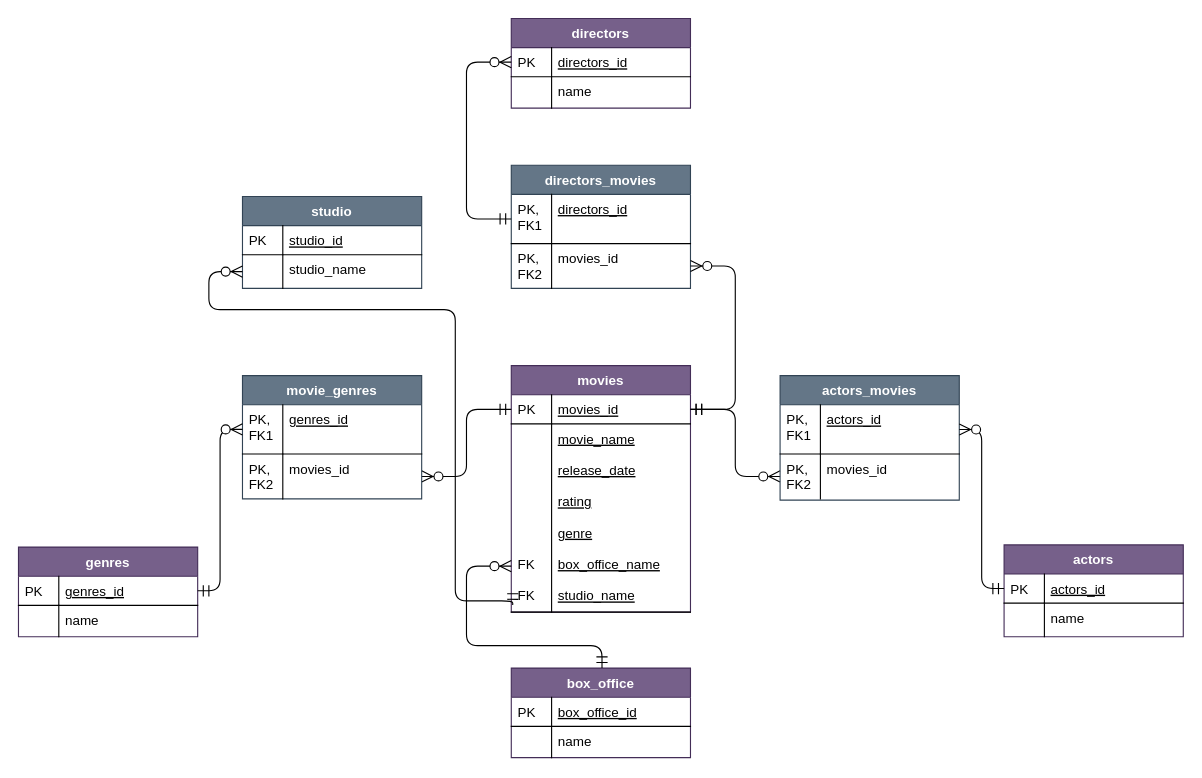
Above: Untitled Diagram.drawio in Vytautasragaisis07/db_diagram (draw.io), before the change. Source tidied: cells renumbered, new cells numbered last; positions are measured from the earlier drawing's top-left corner, leaving out a move shared by most shapes. Both pictures are drawn from the tidied source at 112%, with x=0, y=0 at pixel (18, 18).
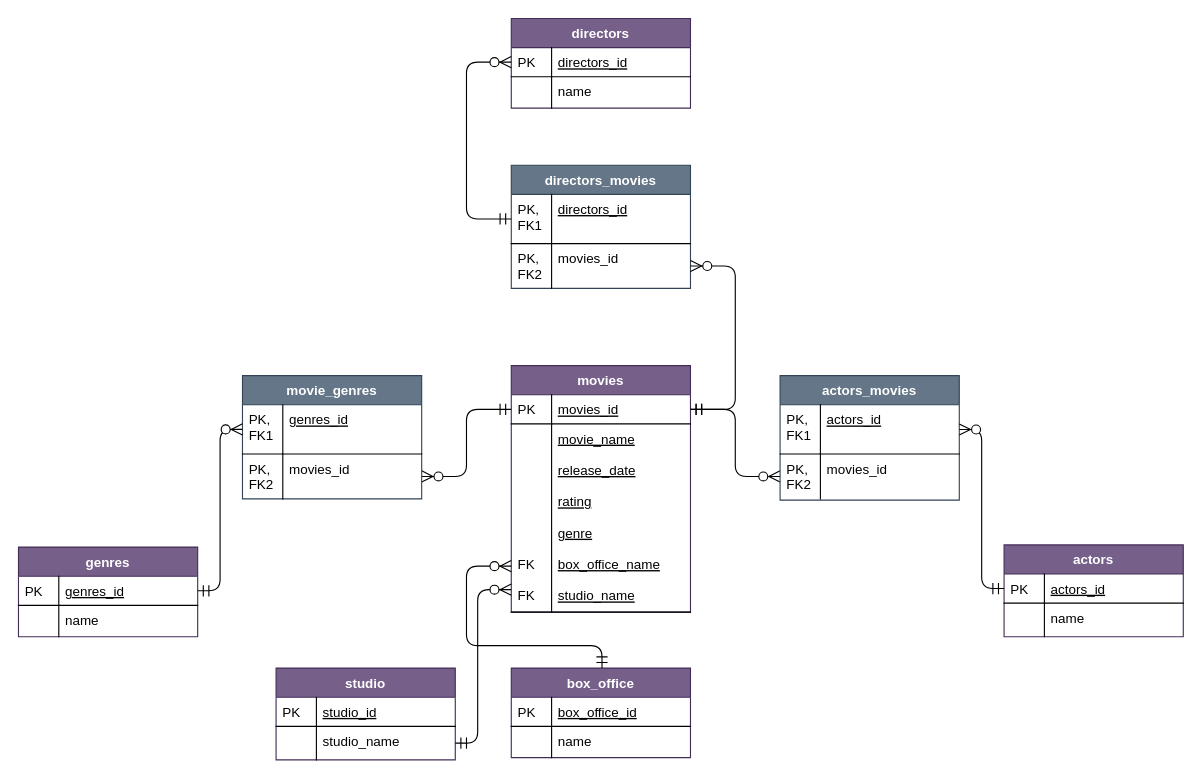
The same page after the edit.

Unchanged cells that the change refers to:
```xml
<mxCell id="5" value="movie_name&#10;&#10;release_date&#10;&#10;rating&#10;&#10;genre&#10;&#10;box_office_name&#10;&#10;studio_name" style="shape=partialRectangle;top=0;left=0;right=0;bottom=1;align=left;verticalAlign=top;fillColor=none;spacingLeft=40;spacingRight=4;overflow=hidden;points=[[0,0.5],[1,0.5]];portConstraint=eastwest;rounded=0;shadow=0;strokeWidth=1;fontStyle=4;" parent="2" vertex="1">
  <mxGeometry y="52" width="160" height="168" as="geometry" />
</mxCell>
<mxCell id="25" value="studio_name" style="shape=partialRectangle;top=0;left=0;right=0;bottom=0;align=left;verticalAlign=top;fillColor=none;spacingLeft=40;spacingRight=4;overflow=hidden;points=[[0,0.5],[1,0.5]];portConstraint=eastwest;rounded=0;shadow=0;strokeWidth=1;" parent="22" vertex="1">
  <mxGeometry y="52" width="160" height="30" as="geometry" />
</mxCell>
```

Change to the diagram source:
```diff
@@
-    <mxCell id="22" value="studio" style="swimlane;fontStyle=1;horizontal=1;startSize=26;rounded=0;shadow=0;strokeWidth=1;fillColor=#647687;strokeColor=#314354;fontColor=#ffffff;" parent="1" vertex="1">
-      <mxGeometry x="200" y="159" width="160" height="82" as="geometry" />
+    <mxCell id="22" value="studio" style="swimlane;fontStyle=1;horizontal=1;startSize=26;rounded=0;shadow=0;strokeWidth=1;fillColor=#76608a;strokeColor=#432D57;fontColor=#ffffff;" parent="1" vertex="1">
+      <mxGeometry x="230" y="580" width="160" height="82" as="geometry" />
     </mxCell>
@@
-    <mxCell id="32" style="edgeStyle=orthogonalEdgeStyle;endArrow=ERzeroToMany;startArrow=ERmandOne;shadow=0;strokeWidth=1;endSize=8;startSize=8;entryX=0;entryY=0.5;entryDx=0;entryDy=0;exitX=0.008;exitY=0.962;exitDx=0;exitDy=0;exitPerimeter=0;" parent="1" edge="1" source="5" target="25">
-      <mxGeometry relative="1" as="geometry">
-        <Array as="points">
-          <mxPoint x="441" y="520" />
-          <mxPoint x="390" y="520" />
-          <mxPoint x="390" y="260" />
-          <mxPoint x="170" y="260" />
-          <mxPoint x="170" y="226" />
-        </Array>
-      </mxGeometry>
-    </mxCell>
@@
+    <mxCell id="55" style="edgeStyle=orthogonalEdgeStyle;endArrow=ERzeroToMany;startArrow=ERmandOne;shadow=0;strokeWidth=1;endSize=8;startSize=8;exitX=1;exitY=0.5;exitDx=0;exitDy=0;" parent="1" edge="1" source="25">
+      <mxGeometry relative="1" as="geometry">
+        <mxPoint x="440" y="510" as="targetPoint" />
+        <Array as="points">
+          <mxPoint x="410" y="647" />
+          <mxPoint x="410" y="510" />
+        </Array>
+      </mxGeometry>
+    </mxCell>
```
